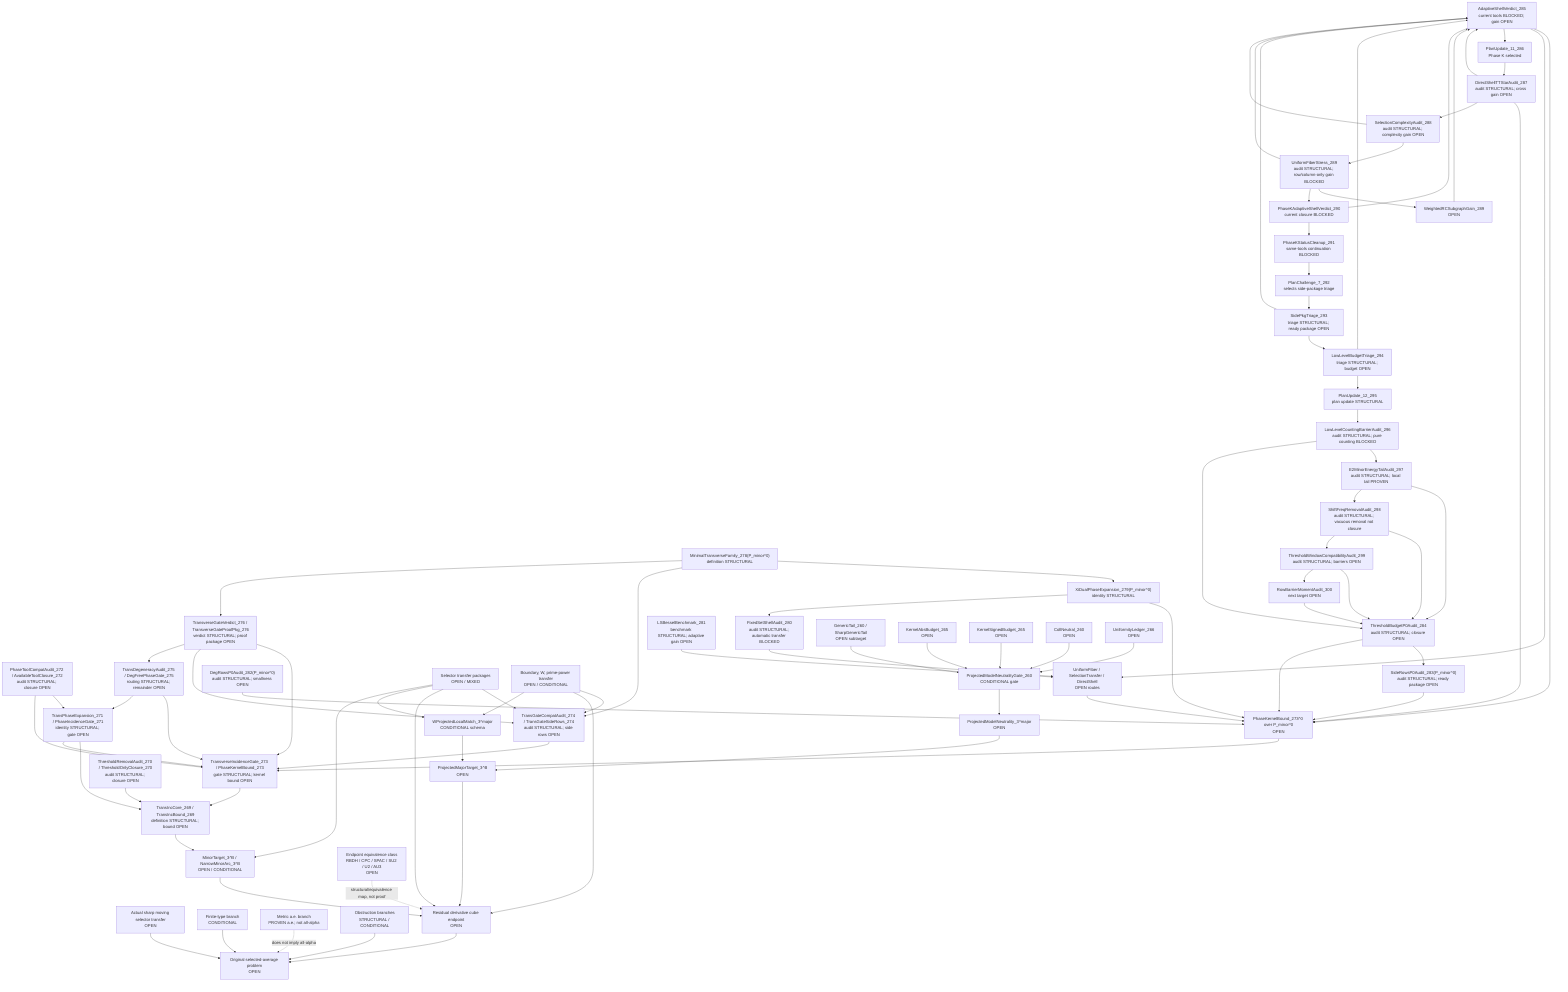
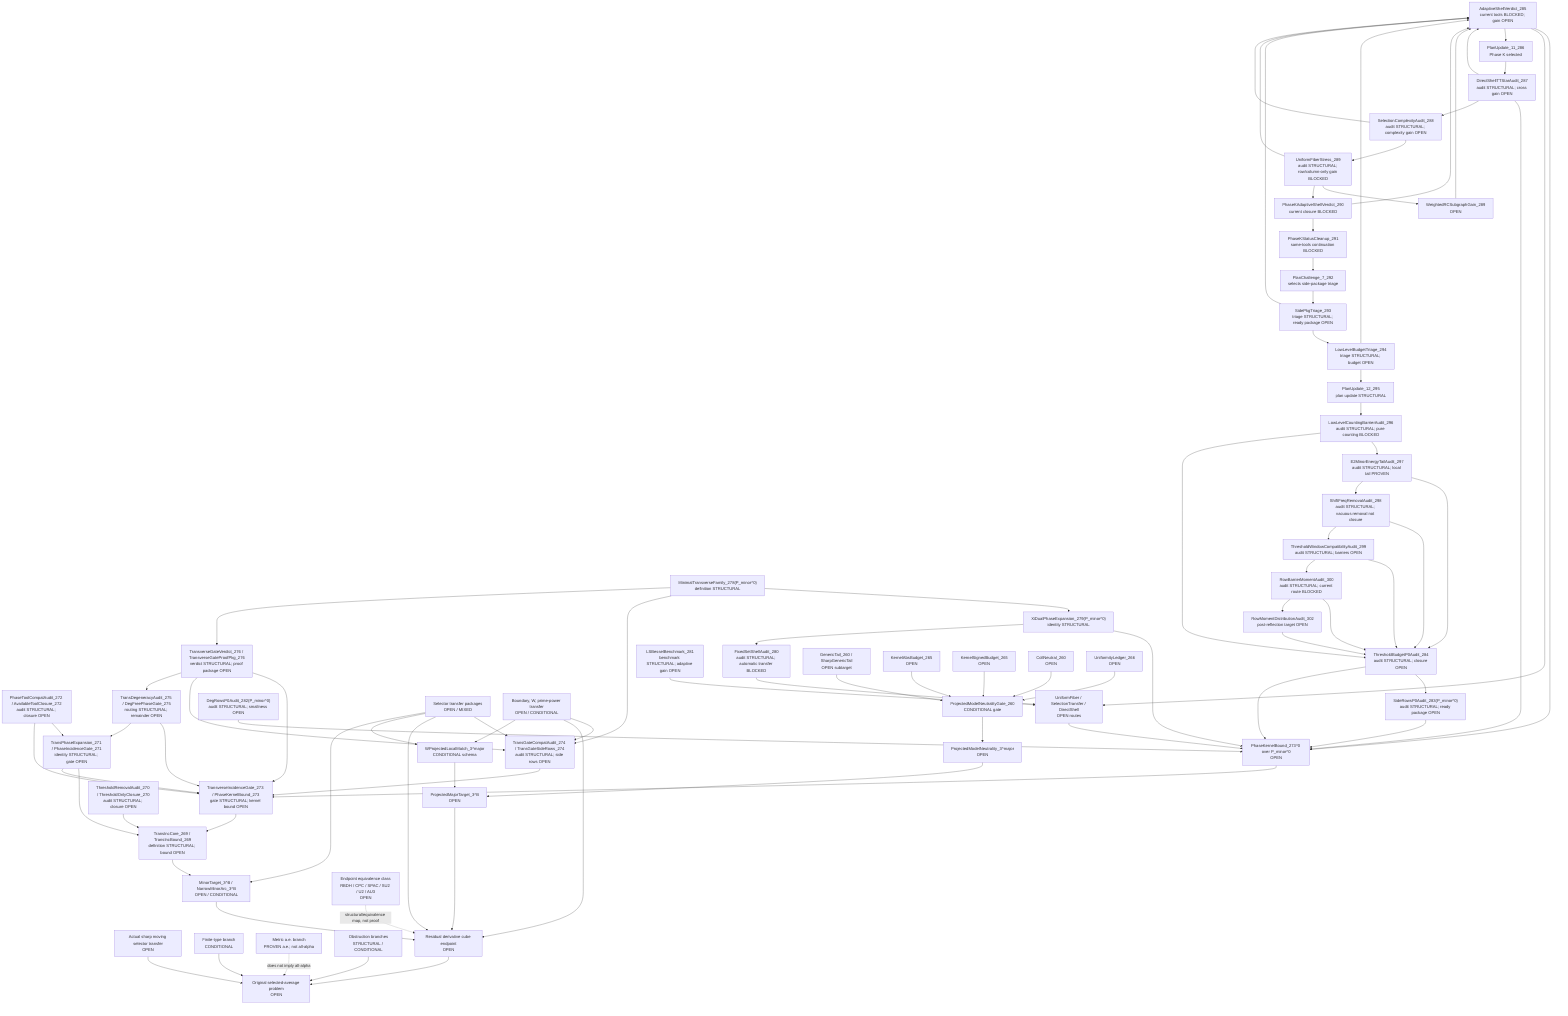
flowchart TD
  Original["Original selected-average problem<br/>OPEN"]
  SharpSel["Actual sharp moving selector transfer<br/>OPEN"]
  FiniteType["Finite-type branch<br/>CONDITIONAL"]
  Metric["Metric a.e. branch<br/>PROVEN a.e.; not all-alpha"]
  Obstruction["Obstruction branches<br/>STRUCTURAL / CONDITIONAL"]

  ResCube["Residual derivative cube endpoint<br/>OPEN"]
  MajorTarget["ProjectedMajorTarget_3^B<br/>OPEN"]
  MinorTarget["MinorTarget_3^B / NarrowMinorArc_3^B<br/>OPEN / CONDITIONAL"]
  TransInc["TransIncCore_269 / TransIncBound_269<br/>definition STRUCTURAL; bound OPEN"]
  ThresholdAudit["ThresholdRemovalAudit_270 / ThresholdOnlyClosure_270<br/>audit STRUCTURAL; closure OPEN"]
  PhaseExpansion["TransPhaseExpansion_271 / PhaseIncidenceGate_271<br/>identity STRUCTURAL; gate OPEN"]
  ToolCompat["PhaseToolCompatAudit_272 / AvailableToolClosure_272<br/>audit STRUCTURAL; closure OPEN"]
  TransGate["TransverseIncidenceGate_273 / PhaseKernelBound_273<br/>gate STRUCTURAL; kernel bound OPEN"]
  TransGateCompat["TransGateCompatAudit_274 / TransGateSideRows_274<br/>audit STRUCTURAL; side rows OPEN"]
  DegAudit["TransDegeneracyAudit_275 / DegFreePhaseGate_275<br/>routing STRUCTURAL; remainder OPEN"]
  TransVerdict["TransverseGateVerdict_276 / TransverseGateProofPkg_276<br/>verdict STRUCTURAL; proof package OPEN"]
  MinTransFamily["MinimalTransverseFamily_278(P_minor^0)<br/>definition STRUCTURAL"]
  XiExpansion["XiDualPhaseExpansion_279(P_minor^0)<br/>identity STRUCTURAL"]
  FixedShellAudit["FixedSetShellAudit_280<br/>audit STRUCTURAL; automatic transfer BLOCKED"]
  FixedShellTransfer["UniformFiber / SelectionTransfer / DirectShell<br/>OPEN routes"]
  LSBesselBench["LSBesselBenchmark_281<br/>benchmark STRUCTURAL; adaptive gain OPEN"]
  DegRowsP0["DegRowsP0Audit_282(P_minor^0)<br/>audit STRUCTURAL; smallness OPEN"]
  SideRowsP0["SideRowsP0Audit_283(P_minor^0)<br/>audit STRUCTURAL; ready package OPEN"]
  ThresholdP0["ThresholdBudgetP0Audit_284<br/>audit STRUCTURAL; closure OPEN"]
  AdaptiveShellP0["AdaptiveShellVerdict_285<br/>current tools BLOCKED; gain OPEN"]
  PlanUpdate11["PlanUpdate_11_286<br/>Phase K selected"]
  DirectTTStar["DirectShellTTStarAudit_287<br/>audit STRUCTURAL; cross gain OPEN"]
  SelectionComplexity["SelectionComplexityAudit_288<br/>audit STRUCTURAL; complexity gain OPEN"]
  UniformFiberStress["UniformFiberStress_289<br/>audit STRUCTURAL; row/column-only gain BLOCKED"]
  WeightedRCSubgraph["WeightedRCSubgraphGain_289<br/>OPEN"]
  AdaptiveVerdict290["PhaseKAdaptiveShellVerdict_290<br/>current closure BLOCKED"]
  PhaseKCleanup291["PhaseKStatusCleanup_291<br/>same-tools continuation BLOCKED"]
  PlanChallenge7["PlanChallenge_7_292<br/>selects side-package triage"]
  SidePkgTriage293["SidePkgTriage_293<br/>triage STRUCTURAL; ready package OPEN"]
  LowLevelTriage294["LowLevelBudgetTriage_294<br/>triage STRUCTURAL; budget OPEN"]
  PlanUpdate12["PlanUpdate_12_295<br/>plan update STRUCTURAL"]
  LowLevelBarrier296["LowLevelCountingBarrierAudit_296<br/>audit STRUCTURAL; pure counting BLOCKED"]
  E2Tail297["E2MinorEnergyTailAudit_297<br/>audit STRUCTURAL; local tail PROVEN"]
  ShiftFreq298["ShiftFreqRemovalAudit_298<br/>audit STRUCTURAL; vacuous removal not closure"]
  ThresholdWindow299["ThresholdWindowCompatibilityAudit_299<br/>audit STRUCTURAL; barriers OPEN"]
-   RowBarrier300["RowBarrierMomentAudit_300<br/>next target OPEN"]
+   RowBarrier300["RowBarrierMomentAudit_300<br/>audit STRUCTURAL; current route BLOCKED"]
+   RowMoment302["RowMomentDistributionAudit_302<br/>post-reflection target OPEN"]
  PhaseKernel0["PhaseKernelBound_273^0 over P_minor^0<br/>OPEN"]
  SelectorTransfer["Selector transfer packages<br/>OPEN / MIXED"]
  BoundaryTransfer["Boundary, W, prime-power transfer<br/>OPEN / CONDITIONAL"]

  WLocal["WProjectedLocalMatch_3^major<br/>CONDITIONAL schema"]
  ModelNeutral["ProjectedModelNeutrality_3^major<br/>OPEN"]
  PMNGate["ProjectedModelNeutralityGate_260<br/>CONDITIONAL gate"]
  GenericTail["GenericTail_260 / SharpGenericTail<br/>OPEN subtarget"]
  KernelAbs["KernelAbsBudget_265<br/>OPEN"]
  KernelSigned["KernelSignedBudget_265<br/>OPEN"]
  CollNeutral["CollNeutral_260<br/>OPEN"]
  Uniformity["UniformityLedger_266<br/>OPEN"]

  EndpointClass["Endpoint equivalence class<br/>RBDH / CPC / SPAC / SU2 / U2 / AU3<br/>OPEN"]

  SharpSel --> Original
  FiniteType --> Original
  Obstruction --> Original
  ResCube --> Original
  Metric -. "does not imply all-alpha" .-> Original

  MajorTarget --> ResCube
  MinorTarget --> ResCube
  TransInc --> MinorTarget
  ThresholdAudit --> TransInc
  PhaseExpansion --> TransInc
  ToolCompat --> PhaseExpansion
  TransGate --> TransInc
  PhaseExpansion --> TransGate
  ToolCompat --> TransGate
  TransGateCompat --> TransGate
  SelectorTransfer --> TransGateCompat
  BoundaryTransfer --> TransGateCompat
  DegAudit --> TransGate
  DegAudit --> PhaseExpansion
  TransVerdict --> TransGate
  TransVerdict --> TransGateCompat
  TransVerdict --> DegAudit
  PhaseKernel0 --> TransGate
  MinTransFamily --> XiExpansion
  XiExpansion --> PhaseKernel0
  XiExpansion --> FixedShellAudit
  FixedShellAudit --> FixedShellTransfer
  FixedShellTransfer --> PhaseKernel0
  LSBesselBench --> FixedShellTransfer
  DegRowsP0 --> PhaseKernel0
  SideRowsP0 --> PhaseKernel0
  ThresholdP0 --> SideRowsP0
  ThresholdP0 --> PhaseKernel0
  AdaptiveShellP0 --> PhaseKernel0
  AdaptiveShellP0 --> FixedShellTransfer
  AdaptiveShellP0 --> PlanUpdate11
  PlanUpdate11 --> DirectTTStar
  DirectTTStar --> AdaptiveShellP0
  DirectTTStar --> PhaseKernel0
  DirectTTStar --> SelectionComplexity
  SelectionComplexity --> UniformFiberStress
  SelectionComplexity --> AdaptiveShellP0
  UniformFiberStress --> WeightedRCSubgraph
  WeightedRCSubgraph --> AdaptiveShellP0
  UniformFiberStress --> AdaptiveVerdict290
  UniformFiberStress --> AdaptiveShellP0
  AdaptiveVerdict290 --> AdaptiveShellP0
  AdaptiveVerdict290 --> PhaseKCleanup291
  PhaseKCleanup291 --> PlanChallenge7
  PlanChallenge7 --> SidePkgTriage293
  SidePkgTriage293 --> LowLevelTriage294
  SidePkgTriage293 --> AdaptiveShellP0
  LowLevelTriage294 --> AdaptiveShellP0
  LowLevelTriage294 --> PlanUpdate12
  PlanUpdate12 --> LowLevelBarrier296
  LowLevelBarrier296 --> E2Tail297
  LowLevelBarrier296 --> ThresholdP0
  E2Tail297 --> ThresholdP0
  E2Tail297 --> ShiftFreq298
  ShiftFreq298 --> ThresholdP0
  ShiftFreq298 --> ThresholdWindow299
  ThresholdWindow299 --> ThresholdP0
  ThresholdWindow299 --> RowBarrier300
  RowBarrier300 --> ThresholdP0
+   RowBarrier300 --> RowMoment302
+   RowMoment302 --> ThresholdP0
  MinTransFamily --> TransGateCompat
  MinTransFamily --> TransVerdict
  SelectorTransfer --> ResCube
  BoundaryTransfer --> ResCube
  EndpointClass -. "structural/equivalence map, not proof" .-> ResCube

  WLocal --> MajorTarget
  ModelNeutral --> MajorTarget

  PMNGate --> ModelNeutral
  GenericTail --> PMNGate
  KernelAbs --> PMNGate
  KernelSigned --> PMNGate
  CollNeutral --> PMNGate
  Uniformity --> PMNGate

  BoundaryTransfer --> WLocal
  SelectorTransfer --> WLocal
  SelectorTransfer --> MinorTarget
